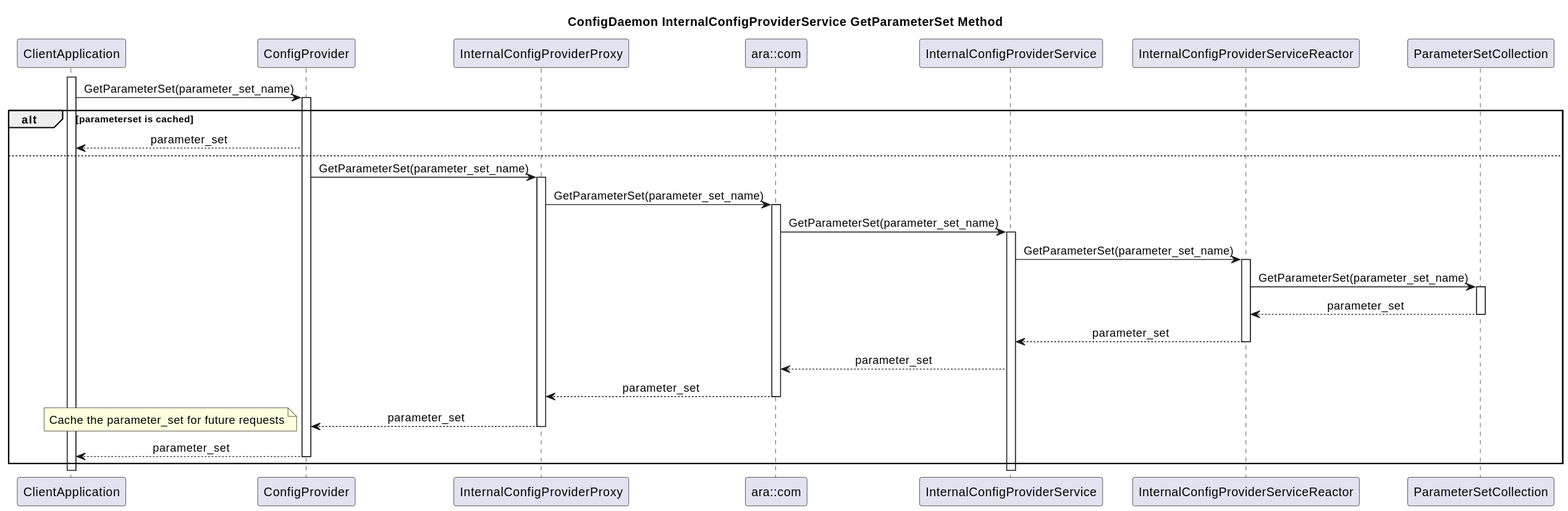
Earlier version of the PlantUML export score/config_management/config_daemon/detailed_design/sequence_diagrams/generated/svg/cfgd_icp_get_sequence_diagram.svg (akritisingh1109/config_management).
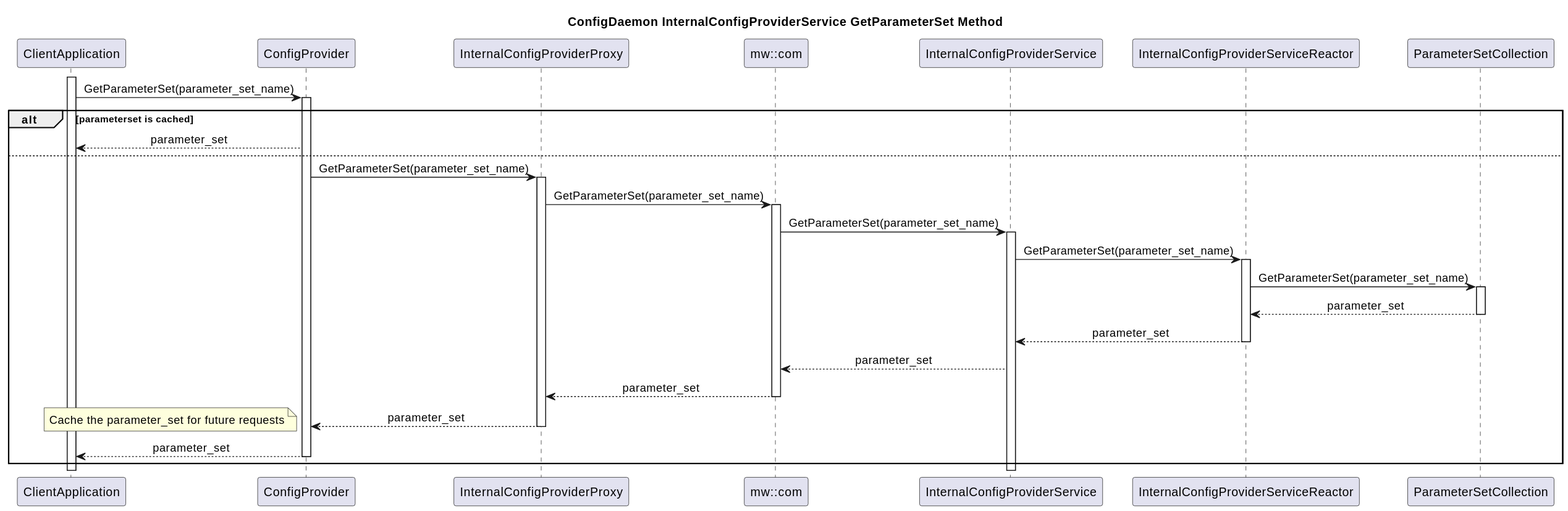
Above is the later version.

The edit, as a diff of the source:
```diff
@@ -6,7 +6,7 @@
 !startsub GetParameterSetParticipant
 participant ConfigProvider
 participant InternalConfigProviderProxy
-participant "ara::com" as aracom
+participant "mw::com" as com
 participant InternalConfigProviderService
 participant InternalConfigProviderServiceReactor
 participant ParameterSetCollection
@@ -22,9 +22,9 @@
 !startsub GetParameterSet
 ConfigProvider -> InternalConfigProviderProxy : GetParameterSet(parameter_set_name)
 activate InternalConfigProviderProxy
-InternalConfigProviderProxy -> aracom : GetParameterSet(parameter_set_name)
-activate aracom
-aracom -> InternalConfigProviderService : GetParameterSet(parameter_set_name)
+InternalConfigProviderProxy -> com : GetParameterSet(parameter_set_name)
+activate com
+com -> InternalConfigProviderService : GetParameterSet(parameter_set_name)
 activate InternalConfigProviderService
 InternalConfigProviderService -> InternalConfigProviderServiceReactor : GetParameterSet(parameter_set_name)
 activate InternalConfigProviderServiceReactor
@@ -34,9 +34,9 @@
 deactivate ParameterSetCollection
 InternalConfigProviderServiceReactor --> InternalConfigProviderService : parameter_set
 deactivate InternalConfigProviderServiceReactor
-InternalConfigProviderService --> aracom : parameter_set
-aracom --> InternalConfigProviderProxy : parameter_set
-deactivate aracom
+InternalConfigProviderService --> com : parameter_set
+com --> InternalConfigProviderProxy : parameter_set
+deactivate com
 InternalConfigProviderProxy --> ConfigProvider : parameter_set
 deactivate InternalConfigProviderProxy
 note left: Cache the parameter_set for future requests
```
